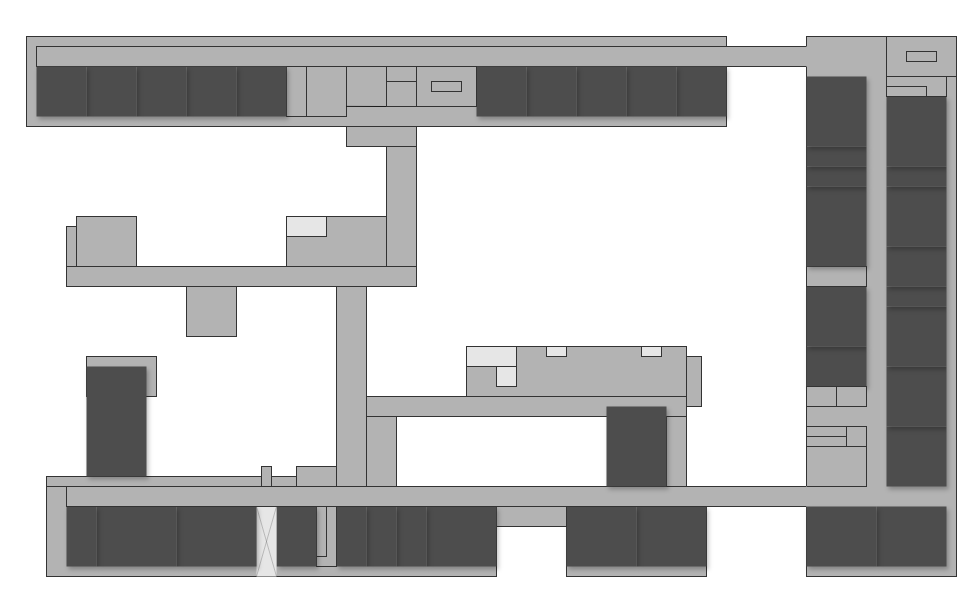
This is documents/diagrams/Untitled Diagram.drawio from OMEGA-himajin/ask-map, a draw.io file, before an edit. Source tidied: cells renumbered, new cells numbered last; positions are measured from the earlier drawing's top-left corner, leaving out a move shared by most shapes. Both pictures are drawn from the tidied source at 100%, with x=0, y=0 at pixel (26, 36).
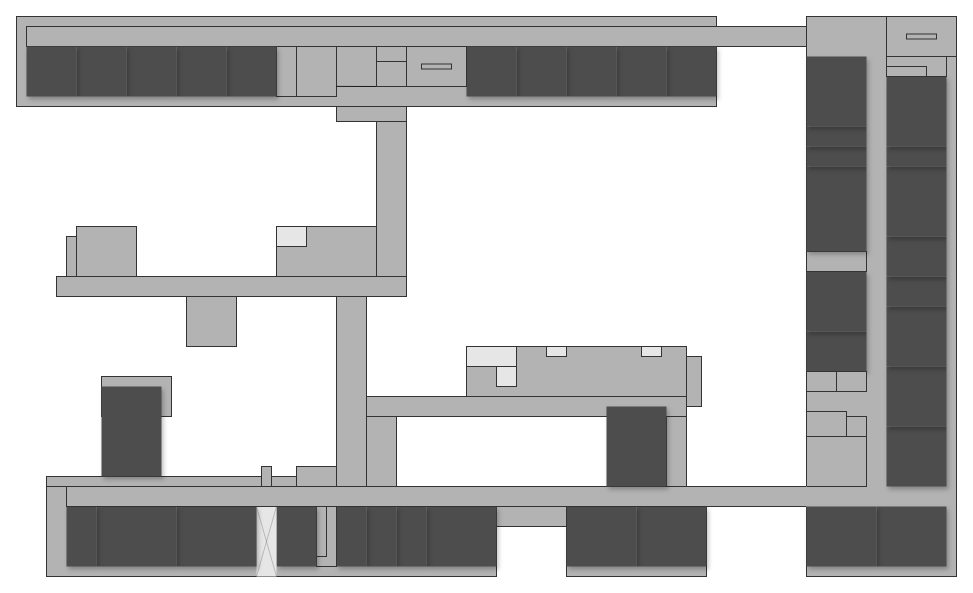
After the change.

The edit, as a diff of the source:
```diff
@@
-    <mxCell id="2" style="rounded=0;whiteSpace=wrap;html=1;strokeColor=#333333;fillColor=#B3B3B3;" parent="1" vertex="1">
-      <mxGeometry width="700" height="90" as="geometry" />
-    </mxCell>
-    <mxCell id="3" style="rounded=0;whiteSpace=wrap;html=1;strokeColor=#333333;fillColor=#B3B3B3;" parent="1" vertex="1">
-      <mxGeometry x="10" y="10" width="780" height="20" as="geometry" />
-    </mxCell>
     <mxCell id="4" style="rounded=0;whiteSpace=wrap;html=1;strokeColor=#333333;fillColor=#B3B3B3;" parent="1" vertex="1">
-      <mxGeometry x="780" width="150" height="540" as="geometry" />
+      <mxGeometry x="780" y="-20" width="150" height="560" as="geometry" />
     </mxCell>
@@
     <mxCell id="7" style="rounded=0;whiteSpace=wrap;html=1;fillColor=#4D4D4D;strokeColor=none;shadow=1;" parent="1" vertex="1">
-      <mxGeometry x="780" y="310" width="60" height="40" as="geometry" />
+      <mxGeometry x="780" y="295" width="60" height="40" as="geometry" />
     </mxCell>
@@
     <mxCell id="9" style="rounded=0;whiteSpace=wrap;html=1;strokeColor=#333333;fillColor=#B3B3B3;" parent="1" vertex="1">
-      <mxGeometry x="780" y="410" width="60" height="40" as="geometry" />
+      <mxGeometry x="780" y="400" width="60" height="50" as="geometry" />
     </mxCell>
     <mxCell id="10" style="rounded=0;whiteSpace=wrap;html=1;strokeColor=#333333;fillColor=#B3B3B3;" parent="1" vertex="1">
-      <mxGeometry x="780" y="390" width="40" height="20" as="geometry" />
+      <mxGeometry x="780" y="375" width="40" height="25" as="geometry" />
     </mxCell>
     <mxCell id="11" style="rounded=0;whiteSpace=wrap;html=1;strokeColor=#333333;fillColor=#B3B3B3;" parent="1" vertex="1">
-      <mxGeometry x="820" y="390" width="20" height="20" as="geometry" />
+      <mxGeometry x="820" y="380" width="20" height="20" as="geometry" />
     </mxCell>
-    <mxCell id="12" style="rounded=0;whiteSpace=wrap;html=1;strokeColor=#333333;fillColor=#B3B3B3;" parent="1" vertex="1">
-      <mxGeometry x="780" y="400" width="40" height="10" as="geometry" />
-    </mxCell>
@@
     <mxCell id="14" style="rounded=0;whiteSpace=wrap;html=1;strokeColor=#333333;fillColor=#B3B3B3;" parent="1" vertex="1">
-      <mxGeometry x="780" y="350" width="30" height="20" as="geometry" />
+      <mxGeometry x="780" y="335" width="30" height="20" as="geometry" />
     </mxCell>
     <mxCell id="15" style="rounded=0;whiteSpace=wrap;html=1;strokeColor=#333333;fillColor=#B3B3B3;" parent="1" vertex="1">
-      <mxGeometry x="810" y="350" width="30" height="20" as="geometry" />
+      <mxGeometry x="810" y="335" width="30" height="20" as="geometry" />
     </mxCell>
@@
     <mxCell id="17" style="rounded=0;whiteSpace=wrap;html=1;fillColor=#4D4D4D;strokeColor=none;shadow=1;" parent="1" vertex="1">
-      <mxGeometry x="780" y="250" width="60" height="60" as="geometry" />
+      <mxGeometry x="780" y="235" width="60" height="60" as="geometry" />
     </mxCell>
     <mxCell id="18" style="rounded=0;whiteSpace=wrap;html=1;fillColor=#4D4D4D;strokeColor=none;shadow=1;" parent="1" vertex="1">
-      <mxGeometry x="860" y="250" width="60" height="20" as="geometry" />
+      <mxGeometry x="860" y="240" width="60" height="30" as="geometry" />
     </mxCell>
     <mxCell id="19" style="rounded=0;whiteSpace=wrap;html=1;strokeColor=#333333;fillColor=#B3B3B3;" parent="1" vertex="1">
-      <mxGeometry x="780" y="230" width="60" height="20" as="geometry" />
+      <mxGeometry x="780" y="215" width="60" height="20" as="geometry" />
     </mxCell>
     <mxCell id="20" style="rounded=0;whiteSpace=wrap;html=1;fillColor=#4D4D4D;strokeColor=none;shadow=1;" parent="1" vertex="1">
-      <mxGeometry x="860" y="210" width="60" height="40" as="geometry" />
+      <mxGeometry x="860" y="200" width="60" height="40" as="geometry" />
     </mxCell>
     <mxCell id="21" style="rounded=0;whiteSpace=wrap;html=1;fillColor=#4D4D4D;strokeColor=none;shadow=1;" parent="1" vertex="1">
-      <mxGeometry x="780" y="150" width="60" height="80" as="geometry" />
+      <mxGeometry x="780" y="130" width="60" height="85" as="geometry" />
     </mxCell>
     <mxCell id="22" style="rounded=0;whiteSpace=wrap;html=1;fillColor=#4D4D4D;strokeColor=none;shadow=1;" parent="1" vertex="1">
-      <mxGeometry x="780" y="130" width="60" height="20" as="geometry" />
+      <mxGeometry x="780" y="110" width="60" height="20" as="geometry" />
     </mxCell>
     <mxCell id="23" style="rounded=0;whiteSpace=wrap;html=1;fillColor=#4D4D4D;strokeColor=none;shadow=1;" parent="1" vertex="1">
-      <mxGeometry x="780" y="110" width="60" height="20" as="geometry" />
+      <mxGeometry x="780" y="90" width="60" height="20" as="geometry" />
     </mxCell>
     <mxCell id="24" style="rounded=0;whiteSpace=wrap;html=1;fillColor=#4D4D4D;strokeColor=none;shadow=1;direction=south;" parent="1" vertex="1">
-      <mxGeometry x="860" y="150" width="60" height="60" as="geometry" />
+      <mxGeometry x="860" y="130" width="60" height="70" as="geometry" />
     </mxCell>
     <mxCell id="25" style="rounded=0;whiteSpace=wrap;html=1;fillColor=#4D4D4D;strokeColor=none;shadow=1;" parent="1" vertex="1">
-      <mxGeometry x="860" y="130" width="60" height="20" as="geometry" />
+      <mxGeometry x="860" y="110" width="60" height="20" as="geometry" />
     </mxCell>
     <mxCell id="26" style="rounded=0;whiteSpace=wrap;html=1;fillColor=#4D4D4D;strokeColor=none;shadow=1;" parent="1" vertex="1">
-      <mxGeometry x="860" y="60" width="60" height="70" as="geometry" />
+      <mxGeometry x="860" y="40" width="60" height="70" as="geometry" />
     </mxCell>
     <mxCell id="27" style="rounded=0;whiteSpace=wrap;html=1;fillColor=#4D4D4D;strokeColor=none;shadow=1;" parent="1" vertex="1">
-      <mxGeometry x="780" y="40" width="60" height="70" as="geometry" />
+      <mxGeometry x="780" y="20" width="60" height="70" as="geometry" />
     </mxCell>
     <mxCell id="28" style="rounded=0;whiteSpace=wrap;html=1;strokeColor=#333333;fillColor=#B3B3B3;" parent="1" vertex="1">
-      <mxGeometry x="860" y="40" width="60" height="20" as="geometry" />
+      <mxGeometry x="860" y="20" width="60" height="20" as="geometry" />
     </mxCell>
     <mxCell id="29" style="rounded=0;whiteSpace=wrap;html=1;strokeColor=#333333;fillColor=#B3B3B3;" parent="1" vertex="1">
-      <mxGeometry x="860" width="70" height="40" as="geometry" />
+      <mxGeometry x="860" y="-20" width="70" height="40" as="geometry" />
     </mxCell>
     <mxCell id="30" style="rounded=0;whiteSpace=wrap;html=1;strokeColor=#333333;fillColor=#B3B3B3;glass=0;" parent="1" vertex="1">
-      <mxGeometry x="880" y="15" width="30" height="10" as="geometry" />
+      <mxGeometry x="880" y="-2.5" width="30" height="5" as="geometry" />
     </mxCell>
-    <mxCell id="31" style="rounded=0;whiteSpace=wrap;html=1;fillColor=#4D4D4D;strokeColor=none;shadow=1;" parent="1" vertex="1">
-      <mxGeometry x="650" y="30" width="50" height="50" as="geometry" />
-    </mxCell>
-    <mxCell id="32" style="rounded=0;whiteSpace=wrap;html=1;fillColor=#4D4D4D;strokeColor=none;shadow=1;" parent="1" vertex="1">
-      <mxGeometry x="600" y="30" width="50" height="50" as="geometry" />
-    </mxCell>
-    <mxCell id="33" style="rounded=0;whiteSpace=wrap;html=1;fillColor=#4D4D4D;strokeColor=none;shadow=1;" parent="1" vertex="1">
-      <mxGeometry x="550" y="30" width="50" height="50" as="geometry" />
-    </mxCell>
-    <mxCell id="34" style="rounded=0;whiteSpace=wrap;html=1;fillColor=#4D4D4D;strokeColor=none;shadow=1;" parent="1" vertex="1">
-      <mxGeometry x="500" y="30" width="50" height="50" as="geometry" />
-    </mxCell>
-    <mxCell id="35" style="rounded=0;whiteSpace=wrap;html=1;fillColor=#4D4D4D;strokeColor=none;shadow=1;" parent="1" vertex="1">
-      <mxGeometry x="450" y="30" width="50" height="50" as="geometry" />
-    </mxCell>
-    <mxCell id="36" style="rounded=0;whiteSpace=wrap;html=1;strokeColor=#333333;fillColor=#B3B3B3;" parent="1" vertex="1">
-      <mxGeometry x="360" y="30" width="90" height="40" as="geometry" />
-    </mxCell>
-    <mxCell id="37" style="rounded=0;whiteSpace=wrap;html=1;strokeColor=#333333;fillColor=#B3B3B3;" parent="1" vertex="1">
-      <mxGeometry x="390" y="30" width="60" height="40" as="geometry" />
-    </mxCell>
-    <mxCell id="38" style="rounded=0;whiteSpace=wrap;html=1;strokeColor=#333333;fillColor=#B3B3B3;" parent="1" vertex="1">
-      <mxGeometry x="405" y="45" width="30" height="10" as="geometry" />
-    </mxCell>
-    <mxCell id="39" style="rounded=0;whiteSpace=wrap;html=1;strokeColor=#333333;fillColor=#B3B3B3;" parent="1" vertex="1">
-      <mxGeometry x="260" y="30" width="60" height="50" as="geometry" />
-    </mxCell>
-    <mxCell id="40" style="endArrow=none;html=1;rounded=0;exitX=0.993;exitY=0.798;exitDx=0;exitDy=0;exitPerimeter=0;strokeColor=#1A1A1A;" parent="1" edge="1" source="39">
-      <mxGeometry relative="1" as="geometry">
-        <mxPoint x="360" y="70" as="targetPoint" />
-      </mxGeometry>
-    </mxCell>
-    <mxCell id="41" style="rounded=0;whiteSpace=wrap;html=1;strokeColor=#333333;fillColor=#B3B3B3;" parent="1" vertex="1">
-      <mxGeometry x="260" y="30" width="20" height="50" as="geometry" />
-    </mxCell>
-    <mxCell id="42" style="rounded=0;whiteSpace=wrap;html=1;fillColor=#4D4D4D;strokeColor=none;shadow=1;" parent="1" vertex="1">
-      <mxGeometry x="210" y="30" width="50" height="50" as="geometry" />
-    </mxCell>
-    <mxCell id="43" style="rounded=0;whiteSpace=wrap;html=1;fillColor=#4D4D4D;strokeColor=none;shadow=1;" parent="1" vertex="1">
-      <mxGeometry x="160" y="30" width="50" height="50" as="geometry" />
-    </mxCell>
-    <mxCell id="44" style="rounded=0;whiteSpace=wrap;html=1;fillColor=#4D4D4D;strokeColor=none;shadow=1;" parent="1" vertex="1">
-      <mxGeometry x="110" y="30" width="50" height="50" as="geometry" />
-    </mxCell>
-    <mxCell id="45" style="rounded=0;whiteSpace=wrap;html=1;fillColor=#4D4D4D;strokeColor=none;shadow=1;" parent="1" vertex="1">
-      <mxGeometry x="60" y="30" width="50" height="50" as="geometry" />
-    </mxCell>
-    <mxCell id="46" style="rounded=0;whiteSpace=wrap;html=1;fillColor=#4D4D4D;strokeColor=none;shadow=1;" parent="1" vertex="1">
-      <mxGeometry x="10" y="30" width="50" height="50" as="geometry" />
-    </mxCell>
-    <mxCell id="47" style="endArrow=none;html=1;rounded=0;strokeColor=#B3B3B3;shadow=0;" parent="1" edge="1">
-      <mxGeometry relative="1" as="geometry">
-        <mxPoint x="780" y="30" as="sourcePoint" />
-        <mxPoint x="780" y="10" as="targetPoint" />
-      </mxGeometry>
-    </mxCell>
     <mxCell id="48" style="rounded=0;whiteSpace=wrap;html=1;strokeColor=#333333;fillColor=#B3B3B3;" parent="1" vertex="1">
-      <mxGeometry x="320" y="90" width="70" height="20" as="geometry" />
+      <mxGeometry x="310" y="70" width="70" height="15" as="geometry" />
     </mxCell>
-    <mxCell id="49" style="rounded=0;whiteSpace=wrap;html=1;strokeColor=#333333;fillColor=#B3B3B3;" parent="1" vertex="1">
-      <mxGeometry x="360" y="45" width="30" height="25" as="geometry" />
-    </mxCell>
     <mxCell id="50" style="rounded=0;whiteSpace=wrap;html=1;strokeColor=#333333;fillColor=#B3B3B3;" parent="1" vertex="1">
-      <mxGeometry x="360" y="110" width="30" height="130" as="geometry" />
+      <mxGeometry x="350" y="85" width="30" height="155" as="geometry" />
     </mxCell>
     <mxCell id="51" style="rounded=0;whiteSpace=wrap;html=1;strokeColor=#333333;fillColor=#B3B3B3;" parent="1" vertex="1">
-      <mxGeometry x="860" y="50" width="40" height="10" as="geometry" />
+      <mxGeometry x="860" y="30" width="40" height="10" as="geometry" />
     </mxCell>
@@
     <mxCell id="74" style="rounded=0;whiteSpace=wrap;html=1;strokeColor=#333333;fillColor=#B3B3B3;" parent="1" vertex="1">
-      <mxGeometry x="310" y="250" width="30" height="200" as="geometry" />
+      <mxGeometry x="310" y="260" width="30" height="190" as="geometry" />
     </mxCell>
@@
     <mxCell id="78" style="rounded=0;whiteSpace=wrap;html=1;strokeColor=#333333;fillColor=#B3B3B3;" parent="1" vertex="1">
-      <mxGeometry x="60" y="320" width="70" height="40" as="geometry" />
+      <mxGeometry x="75" y="340" width="70" height="40" as="geometry" />
     </mxCell>
     <mxCell id="79" style="rounded=0;whiteSpace=wrap;html=1;fillColor=#4D4D4D;strokeColor=none;shadow=1;" parent="1" vertex="1">
-      <mxGeometry x="60" y="330" width="60" height="110" as="geometry" />
+      <mxGeometry x="75" y="350" width="60" height="90" as="geometry" />
     </mxCell>
@@
     <mxCell id="83" style="rounded=0;whiteSpace=wrap;html=1;strokeColor=#333333;fillColor=#B3B3B3;" parent="1" vertex="1">
-      <mxGeometry x="40" y="230" width="350" height="20" as="geometry" />
+      <mxGeometry x="30" y="240" width="350" height="20" as="geometry" />
     </mxCell>
@@
     <mxCell id="85" style="rounded=0;whiteSpace=wrap;html=1;strokeColor=#333333;fillColor=#B3B3B3;" parent="1" vertex="1">
-      <mxGeometry x="50" y="180" width="60" height="50" as="geometry" />
+      <mxGeometry x="50" y="190" width="60" height="50" as="geometry" />
     </mxCell>
     <mxCell id="86" style="rounded=0;whiteSpace=wrap;html=1;strokeColor=#333333;fillColor=#B3B3B3;" parent="1" vertex="1">
-      <mxGeometry x="40" y="190" width="10" height="40" as="geometry" />
+      <mxGeometry x="40" y="200" width="10" height="40" as="geometry" />
     </mxCell>
     <mxCell id="87" style="rounded=0;whiteSpace=wrap;html=1;strokeColor=#333333;fillColor=#B3B3B3;" parent="1" vertex="1">
-      <mxGeometry x="160" y="250" width="50" height="50" as="geometry" />
+      <mxGeometry x="160" y="260" width="50" height="50" as="geometry" />
     </mxCell>
     <mxCell id="88" style="rounded=0;whiteSpace=wrap;html=1;strokeColor=#333333;fillColor=#B3B3B3;" parent="1" vertex="1">
-      <mxGeometry x="260" y="180" width="100" height="50" as="geometry" />
+      <mxGeometry x="250" y="190" width="100" height="50" as="geometry" />
     </mxCell>
     <mxCell id="89" style="rounded=0;whiteSpace=wrap;html=1;strokeColor=#333333;fillColor=#E6E6E6;" parent="1" vertex="1">
-      <mxGeometry x="260" y="180" width="40" height="20" as="geometry" />
+      <mxGeometry x="250" y="190" width="30" height="20" as="geometry" />
     </mxCell>
@@
+    <mxCell id="94" style="group;" parent="1" vertex="1">
+      <mxGeometry x="-10" y="-20" width="790" height="90" as="geometry" />
+    </mxCell>
+    <mxCell id="2" style="rounded=0;whiteSpace=wrap;html=1;strokeColor=#333333;fillColor=#B3B3B3;" parent="94" vertex="1">
+      <mxGeometry width="700" height="90" as="geometry" />
+    </mxCell>
+    <mxCell id="3" style="rounded=0;whiteSpace=wrap;html=1;strokeColor=#333333;fillColor=#B3B3B3;" parent="94" vertex="1">
+      <mxGeometry x="10" y="10" width="780" height="20" as="geometry" />
+    </mxCell>
+    <mxCell id="31" style="rounded=0;whiteSpace=wrap;html=1;fillColor=#4D4D4D;strokeColor=none;shadow=1;" parent="94" vertex="1">
+      <mxGeometry x="650" y="30" width="50" height="50" as="geometry" />
+    </mxCell>
+    <mxCell id="32" style="rounded=0;whiteSpace=wrap;html=1;fillColor=#4D4D4D;strokeColor=none;shadow=1;" parent="94" vertex="1">
+      <mxGeometry x="600" y="30" width="50" height="50" as="geometry" />
+    </mxCell>
+    <mxCell id="33" style="rounded=0;whiteSpace=wrap;html=1;fillColor=#4D4D4D;strokeColor=none;shadow=1;" parent="94" vertex="1">
+      <mxGeometry x="550" y="30" width="50" height="50" as="geometry" />
+    </mxCell>
+    <mxCell id="34" style="rounded=0;whiteSpace=wrap;html=1;fillColor=#4D4D4D;strokeColor=none;shadow=1;" parent="94" vertex="1">
+      <mxGeometry x="500" y="30" width="50" height="50" as="geometry" />
+    </mxCell>
+    <mxCell id="35" style="rounded=0;whiteSpace=wrap;html=1;fillColor=#4D4D4D;strokeColor=none;shadow=1;" parent="94" vertex="1">
+      <mxGeometry x="450" y="30" width="50" height="50" as="geometry" />
+    </mxCell>
+    <mxCell id="36" style="rounded=0;whiteSpace=wrap;html=1;strokeColor=#333333;fillColor=#B3B3B3;" parent="94" vertex="1">
+      <mxGeometry x="360" y="30" width="90" height="40" as="geometry" />
+    </mxCell>
+    <mxCell id="37" style="rounded=0;whiteSpace=wrap;html=1;strokeColor=#333333;fillColor=#B3B3B3;" parent="94" vertex="1">
+      <mxGeometry x="390" y="30" width="60" height="40" as="geometry" />
+    </mxCell>
+    <mxCell id="39" style="rounded=0;whiteSpace=wrap;html=1;strokeColor=#333333;fillColor=#B3B3B3;" parent="94" vertex="1">
+      <mxGeometry x="260" y="30" width="60" height="50" as="geometry" />
+    </mxCell>
+    <mxCell id="40" style="endArrow=none;html=1;rounded=0;exitX=0.993;exitY=0.798;exitDx=0;exitDy=0;exitPerimeter=0;strokeColor=#1A1A1A;" parent="94" edge="1" source="39">
+      <mxGeometry relative="1" as="geometry">
+        <mxPoint x="360" y="70" as="targetPoint" />
+      </mxGeometry>
+    </mxCell>
+    <mxCell id="41" style="rounded=0;whiteSpace=wrap;html=1;strokeColor=#333333;fillColor=#B3B3B3;" parent="94" vertex="1">
+      <mxGeometry x="260" y="30" width="20" height="50" as="geometry" />
+    </mxCell>
+    <mxCell id="42" style="rounded=0;whiteSpace=wrap;html=1;fillColor=#4D4D4D;strokeColor=none;shadow=1;" parent="94" vertex="1">
+      <mxGeometry x="210" y="30" width="50" height="50" as="geometry" />
+    </mxCell>
+    <mxCell id="43" style="rounded=0;whiteSpace=wrap;html=1;fillColor=#4D4D4D;strokeColor=none;shadow=1;" parent="94" vertex="1">
+      <mxGeometry x="160" y="30" width="50" height="50" as="geometry" />
+    </mxCell>
+    <mxCell id="44" style="rounded=0;whiteSpace=wrap;html=1;fillColor=#4D4D4D;strokeColor=none;shadow=1;" parent="94" vertex="1">
+      <mxGeometry x="110" y="30" width="50" height="50" as="geometry" />
+    </mxCell>
+    <mxCell id="45" style="rounded=0;whiteSpace=wrap;html=1;fillColor=#4D4D4D;strokeColor=none;shadow=1;" parent="94" vertex="1">
+      <mxGeometry x="60" y="30" width="50" height="50" as="geometry" />
+    </mxCell>
+    <mxCell id="46" style="rounded=0;whiteSpace=wrap;html=1;fillColor=#4D4D4D;strokeColor=none;shadow=1;" parent="94" vertex="1">
+      <mxGeometry x="10" y="30" width="50" height="50" as="geometry" />
+    </mxCell>
+    <mxCell id="49" style="rounded=0;whiteSpace=wrap;html=1;strokeColor=#333333;fillColor=#B3B3B3;" parent="94" vertex="1">
+      <mxGeometry x="360" y="45" width="30" height="25" as="geometry" />
+    </mxCell>
+    <mxCell id="95" style="rounded=0;whiteSpace=wrap;html=1;strokeColor=#333333;fillColor=#B3B3B3;glass=0;" parent="94" vertex="1">
+      <mxGeometry x="405" y="47.5" width="30" height="5" as="geometry" />
+    </mxCell>
```
